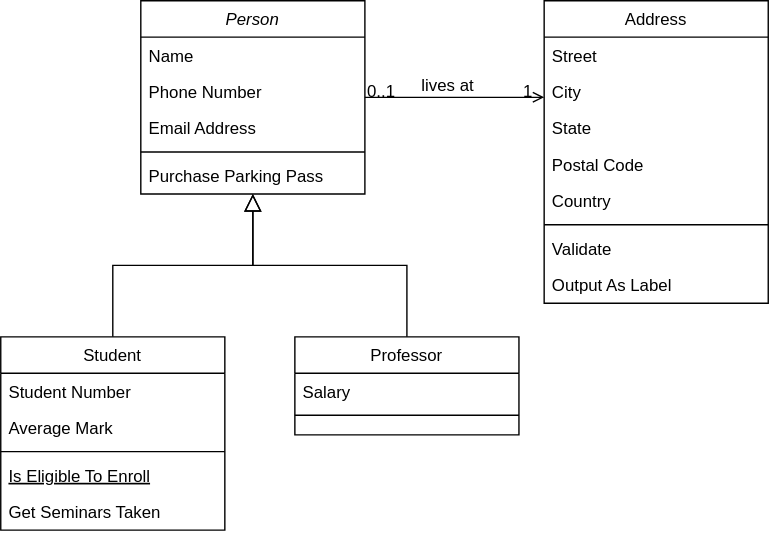
This is Untitled Diagram.drawio.svg from faxriddin1129/diagrams, a draw.io export, as it was before one commit. Source tidied: cells renumbered, new cells last; positions are measured from the earlier drawing's top-left corner, leaving out a move shared by most shapes.
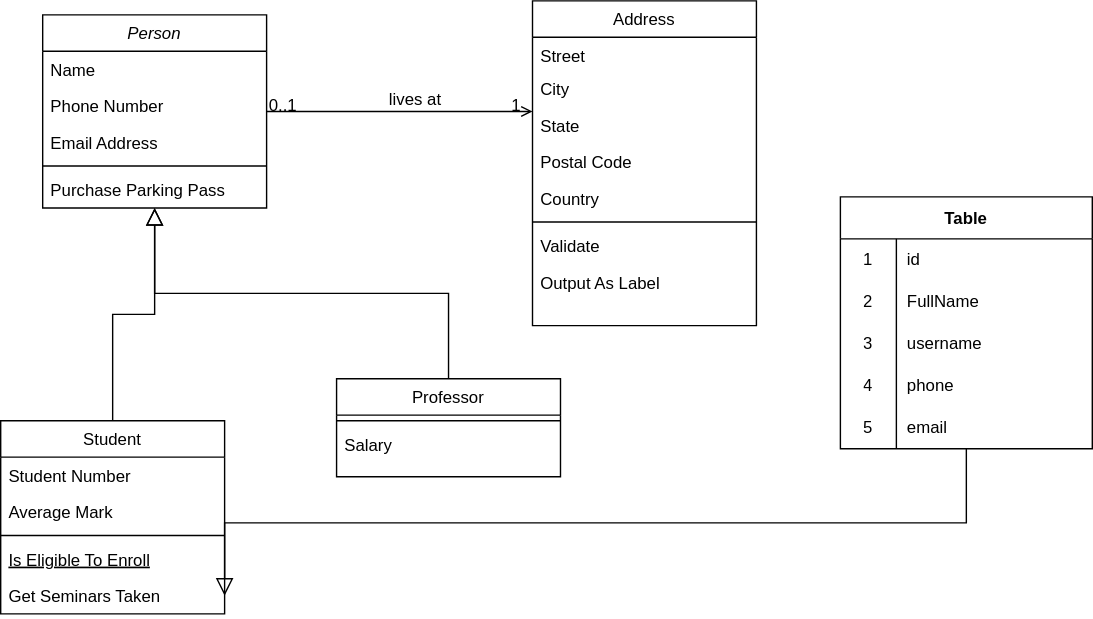
Later version of the same file.

Diff of the diagram source:
```diff
@@ -3,7 +3,7 @@
     <mxCell id="0" />
     <mxCell id="1" parent="0" />
     <mxCell id="2" value="Person" style="swimlane;fontStyle=2;align=center;verticalAlign=top;horizontal=1;startSize=26;rounded=0;shadow=0;strokeWidth=1;" parent="1" vertex="1">
-      <mxGeometry x="100" width="160" height="138" as="geometry" />
+      <mxGeometry x="-70" y="-100" width="160" height="138" as="geometry" />
     </mxCell>
     <mxCell id="3" value="Name" style="text;align=left;verticalAlign=top;spacingLeft=4;spacingRight=4;overflow=hidden;" parent="2" vertex="1">
       <mxGeometry y="26" width="160" height="26" as="geometry" />
@@ -21,7 +21,7 @@
       <mxGeometry y="112" width="160" height="26" as="geometry" />
     </mxCell>
     <mxCell id="8" value="Student" style="swimlane;fontStyle=0;align=center;verticalAlign=top;horizontal=1;startSize=26;rounded=0;shadow=0;strokeWidth=1;" parent="1" vertex="1">
-      <mxGeometry y="240" width="160" height="138" as="geometry" />
+      <mxGeometry x="-100" y="190" width="160" height="138" as="geometry" />
     </mxCell>
     <mxCell id="9" value="Student Number" style="text;align=left;verticalAlign=top;spacingLeft=4;spacingRight=4;overflow=hidden;" parent="8" vertex="1">
       <mxGeometry y="26" width="160" height="26" as="geometry" />
@@ -42,43 +42,43 @@
       <mxGeometry relative="1" as="geometry" />
     </mxCell>
     <mxCell id="15" value="Professor" style="swimlane;fontStyle=0;align=center;verticalAlign=top;horizontal=1;startSize=26;rounded=0;shadow=0;strokeWidth=1;" parent="1" vertex="1">
-      <mxGeometry x="210" y="240" width="160" height="70" as="geometry" />
+      <mxGeometry x="140" y="160" width="160" height="70" as="geometry" />
     </mxCell>
+    <mxCell id="17" style="line;html=1;strokeWidth=1;align=left;verticalAlign=middle;spacingTop=-1;spacingLeft=3;spacingRight=3;labelPosition=right;" parent="15" vertex="1">
+      <mxGeometry y="26" width="160" height="8" as="geometry" />
+    </mxCell>
     <mxCell id="16" value="Salary" style="text;align=left;verticalAlign=top;spacingLeft=4;spacingRight=4;overflow=hidden;" parent="15" vertex="1">
-      <mxGeometry y="26" width="160" height="26" as="geometry" />
+      <mxGeometry y="34" width="160" height="26" as="geometry" />
     </mxCell>
-    <mxCell id="17" style="line;html=1;strokeWidth=1;align=left;verticalAlign=middle;spacingTop=-1;spacingLeft=3;spacingRight=3;labelPosition=right;" parent="15" vertex="1">
-      <mxGeometry y="52" width="160" height="8" as="geometry" />
-    </mxCell>
     <mxCell id="18" style="endArrow=block;endSize=10;endFill=0;shadow=0;strokeWidth=1;rounded=0;edgeStyle=elbowEdgeStyle;elbow=vertical;" parent="1" edge="1" source="15" target="2">
       <mxGeometry relative="1" as="geometry" />
     </mxCell>
     <mxCell id="19" value="Address" style="swimlane;fontStyle=0;align=center;verticalAlign=top;horizontal=1;startSize=26;rounded=0;shadow=0;strokeWidth=1;" parent="1" vertex="1">
-      <mxGeometry x="388" width="160" height="216" as="geometry" />
+      <mxGeometry x="280" y="-110" width="160" height="232" as="geometry" />
     </mxCell>
     <mxCell id="20" value="Street" style="text;align=left;verticalAlign=top;spacingLeft=4;spacingRight=4;overflow=hidden;" parent="19" vertex="1">
-      <mxGeometry y="26" width="160" height="26" as="geometry" />
+      <mxGeometry y="26" width="160" height="24" as="geometry" />
     </mxCell>
     <mxCell id="21" value="City" style="text;align=left;verticalAlign=top;spacingLeft=4;spacingRight=4;overflow=hidden;rounded=0;shadow=0;html=0;" parent="19" vertex="1">
-      <mxGeometry y="52" width="160" height="26" as="geometry" />
+      <mxGeometry y="50" width="160" height="26" as="geometry" />
     </mxCell>
     <mxCell id="22" value="State" style="text;align=left;verticalAlign=top;spacingLeft=4;spacingRight=4;overflow=hidden;rounded=0;shadow=0;html=0;" parent="19" vertex="1">
-      <mxGeometry y="78" width="160" height="26" as="geometry" />
+      <mxGeometry y="76" width="160" height="26" as="geometry" />
     </mxCell>
     <mxCell id="23" value="Postal Code" style="text;align=left;verticalAlign=top;spacingLeft=4;spacingRight=4;overflow=hidden;rounded=0;shadow=0;html=0;" parent="19" vertex="1">
-      <mxGeometry y="104" width="160" height="26" as="geometry" />
+      <mxGeometry y="102" width="160" height="26" as="geometry" />
     </mxCell>
     <mxCell id="24" value="Country" style="text;align=left;verticalAlign=top;spacingLeft=4;spacingRight=4;overflow=hidden;rounded=0;shadow=0;html=0;" parent="19" vertex="1">
-      <mxGeometry y="130" width="160" height="26" as="geometry" />
+      <mxGeometry y="128" width="160" height="26" as="geometry" />
     </mxCell>
     <mxCell id="25" style="line;html=1;strokeWidth=1;align=left;verticalAlign=middle;spacingTop=-1;spacingLeft=3;spacingRight=3;labelPosition=right;" parent="19" vertex="1">
-      <mxGeometry y="156" width="160" height="8" as="geometry" />
+      <mxGeometry y="154" width="160" height="8" as="geometry" />
     </mxCell>
     <mxCell id="26" value="Validate" style="text;align=left;verticalAlign=top;spacingLeft=4;spacingRight=4;overflow=hidden;" parent="19" vertex="1">
-      <mxGeometry y="164" width="160" height="26" as="geometry" />
+      <mxGeometry y="162" width="160" height="26" as="geometry" />
     </mxCell>
     <mxCell id="27" value="Output As Label" style="text;align=left;verticalAlign=top;spacingLeft=4;spacingRight=4;overflow=hidden;" parent="19" vertex="1">
-      <mxGeometry y="190" width="160" height="26" as="geometry" />
+      <mxGeometry y="188" width="160" height="26" as="geometry" />
     </mxCell>
     <mxCell id="28" style="endArrow=open;shadow=0;strokeWidth=1;rounded=0;endFill=1;edgeStyle=elbowEdgeStyle;elbow=vertical;" parent="1" edge="1" source="2" target="19">
       <mxGeometry x="0.5" y="41" relative="1" as="geometry">
@@ -100,5 +100,56 @@
         <mxPoint x="-38" y="40" as="offset" />
       </mxGeometry>
     </mxCell>
+    <mxCell id="32" value="Table" style="shape=table;startSize=30;rowLines=0;fontStyle=1;" parent="1" vertex="1">
+      <mxGeometry x="500" y="30" width="180" height="180" as="geometry" />
+    </mxCell>
+    <mxCell id="33" style="shape=tableRow;horizontal=0;startSize=0;swimlaneHead=0;swimlaneBody=0;top=0;left=0;bottom=0;right=0;fillColor=none;" parent="32" vertex="1">
+      <mxGeometry y="30" width="180" height="30" as="geometry" />
+    </mxCell>
+    <mxCell id="34" value="1" style="shape=partialRectangle;html=1;whiteSpace=wrap;fillColor=none;top=0;left=0;bottom=0;right=0;overflow=hidden;" parent="33" vertex="1">
+      <mxGeometry width="40" height="30" as="geometry" />
+    </mxCell>
+    <mxCell id="35" value="id" style="shape=partialRectangle;html=1;whiteSpace=wrap;fillColor=none;top=0;left=0;bottom=0;right=0;align=left;spacingLeft=6;overflow=hidden;" parent="33" vertex="1">
+      <mxGeometry x="40" width="140" height="30" as="geometry" />
+    </mxCell>
+    <mxCell id="36" style="shape=tableRow;horizontal=0;startSize=0;swimlaneHead=0;swimlaneBody=0;top=0;left=0;bottom=0;right=0;fillColor=none;" parent="32" vertex="1">
+      <mxGeometry y="60" width="180" height="30" as="geometry" />
+    </mxCell>
+    <mxCell id="37" value="2" style="shape=partialRectangle;html=1;whiteSpace=wrap;fillColor=none;top=0;left=0;bottom=0;right=0;overflow=hidden;" parent="36" vertex="1">
+      <mxGeometry width="40" height="30" as="geometry" />
+    </mxCell>
+    <mxCell id="38" value="FullName" style="shape=partialRectangle;html=1;whiteSpace=wrap;fillColor=none;top=0;left=0;bottom=0;right=0;align=left;spacingLeft=6;overflow=hidden;" parent="36" vertex="1">
+      <mxGeometry x="40" width="140" height="30" as="geometry" />
+    </mxCell>
+    <mxCell id="39" style="shape=tableRow;horizontal=0;startSize=0;swimlaneHead=0;swimlaneBody=0;top=0;left=0;bottom=0;right=0;fillColor=none;" parent="32" vertex="1">
+      <mxGeometry y="90" width="180" height="30" as="geometry" />
+    </mxCell>
+    <mxCell id="40" value="3" style="shape=partialRectangle;html=1;whiteSpace=wrap;fillColor=none;top=0;left=0;bottom=0;right=0;overflow=hidden;" parent="39" vertex="1">
+      <mxGeometry width="40" height="30" as="geometry" />
+    </mxCell>
+    <mxCell id="41" value="username" style="shape=partialRectangle;html=1;whiteSpace=wrap;fillColor=none;top=0;left=0;bottom=0;right=0;align=left;spacingLeft=6;overflow=hidden;" parent="39" vertex="1">
+      <mxGeometry x="40" width="140" height="30" as="geometry" />
+    </mxCell>
+    <mxCell id="42" style="shape=tableRow;horizontal=0;startSize=0;swimlaneHead=0;swimlaneBody=0;top=0;left=0;bottom=0;right=0;fillColor=none;" parent="32" vertex="1">
+      <mxGeometry y="120" width="180" height="30" as="geometry" />
+    </mxCell>
+    <mxCell id="43" value="4" style="shape=partialRectangle;html=1;whiteSpace=wrap;fillColor=none;top=0;left=0;bottom=0;right=0;overflow=hidden;" parent="42" vertex="1">
+      <mxGeometry width="40" height="30" as="geometry" />
+    </mxCell>
+    <mxCell id="44" value="phone" style="shape=partialRectangle;html=1;whiteSpace=wrap;fillColor=none;top=0;left=0;bottom=0;right=0;align=left;spacingLeft=6;overflow=hidden;" parent="42" vertex="1">
+      <mxGeometry x="40" width="140" height="30" as="geometry" />
+    </mxCell>
+    <mxCell id="45" style="shape=tableRow;horizontal=0;startSize=0;swimlaneHead=0;swimlaneBody=0;top=0;left=0;bottom=0;right=0;fillColor=none;points=[[0,0.5],[1,0.5]];portConstraint=eastwest;" parent="32" vertex="1">
+      <mxGeometry y="150" width="180" height="30" as="geometry" />
+    </mxCell>
+    <mxCell id="46" value="5" style="shape=partialRectangle;html=1;whiteSpace=wrap;fillColor=none;top=0;left=0;bottom=0;right=0;overflow=hidden;" parent="45" vertex="1">
+      <mxGeometry width="40" height="30" as="geometry" />
+    </mxCell>
+    <mxCell id="47" value="email" style="shape=partialRectangle;html=1;whiteSpace=wrap;fillColor=none;top=0;left=0;bottom=0;right=0;align=left;spacingLeft=6;overflow=hidden;" parent="45" vertex="1">
+      <mxGeometry x="40" width="140" height="30" as="geometry" />
+    </mxCell>
+    <mxCell id="48" style="endArrow=block;endSize=10;endFill=0;shadow=0;strokeWidth=1;rounded=0;edgeStyle=elbowEdgeStyle;elbow=vertical;entryX=1;entryY=0.5;entryDx=0;entryDy=0;" parent="1" edge="1" source="45" target="13">
+      <mxGeometry relative="1" as="geometry" />
+    </mxCell>
   </root>
 </mxGraphModel>
```
